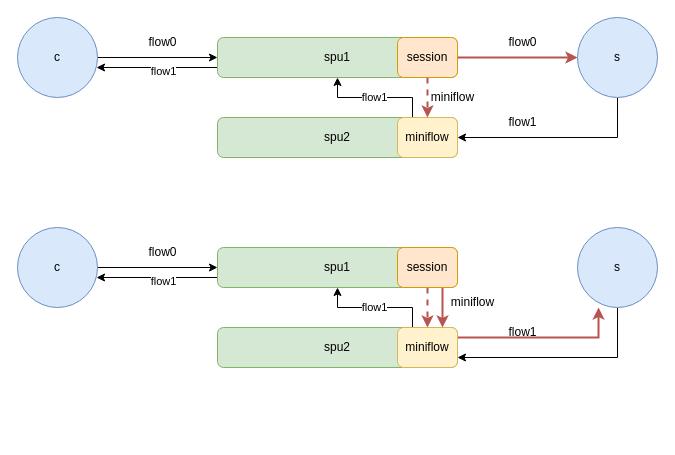
lwchao/drawPNG keeps this draw.io diagram as page "miniflow" (4 of 5) of 机框分布式报文调度.drawio. Above is the earlier version. Source tidied: cells renumbered, new cells numbered last; positions are measured from the earlier drawing's top-left corner, leaving out a move shared by most shapes. Both pictures are drawn from the tidied source at 100%, with x=0, y=0 at pixel (17, 17).
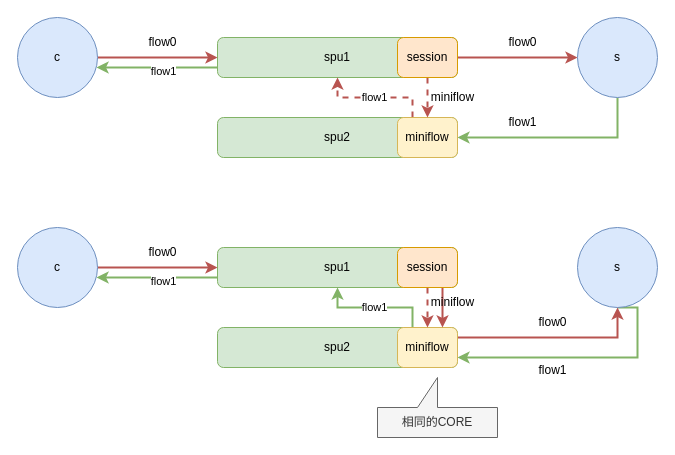
Above is the later version.

Commit message:
更新机框分布式报文调度.drawio

The change refers to these unchanged cells:
```xml
<mxCell id="5" value="spu1" style="rounded=1;whiteSpace=wrap;html=1;fillColor=#d5e8d4;strokeColor=#82b366;" parent="1" vertex="1">
  <mxGeometry x="200" y="20" width="240" height="40" as="geometry" />
</mxCell>
<mxCell id="7" value="c" style="ellipse;whiteSpace=wrap;html=1;fillColor=#dae8fc;strokeColor=#6c8ebf;" parent="1" vertex="1">
  <mxGeometry width="80" height="80" as="geometry" />
</mxCell>
<mxCell id="9" value="s" style="ellipse;whiteSpace=wrap;html=1;fillColor=#dae8fc;strokeColor=#6c8ebf;" parent="1" vertex="1">
  <mxGeometry x="560" width="80" height="80" as="geometry" />
</mxCell>
<mxCell id="11" value="miniflow" style="rounded=1;whiteSpace=wrap;html=1;fillColor=#fff2cc;strokeColor=#d6b656;" parent="1" vertex="1">
  <mxGeometry x="380" y="100" width="60" height="40" as="geometry" />
</mxCell>
<mxCell id="22" value="spu1" style="rounded=1;whiteSpace=wrap;html=1;fillColor=#d5e8d4;strokeColor=#82b366;" parent="1" vertex="1">
  <mxGeometry x="200" y="230" width="240" height="40" as="geometry" />
</mxCell>
<mxCell id="24" value="c" style="ellipse;whiteSpace=wrap;html=1;fillColor=#dae8fc;strokeColor=#6c8ebf;" parent="1" vertex="1">
  <mxGeometry y="210" width="80" height="80" as="geometry" />
</mxCell>
<mxCell id="26" value="s" style="ellipse;whiteSpace=wrap;html=1;fillColor=#dae8fc;strokeColor=#6c8ebf;" parent="1" vertex="1">
  <mxGeometry x="560" y="210" width="80" height="80" as="geometry" />
</mxCell>
<mxCell id="29" value="miniflow" style="rounded=1;whiteSpace=wrap;html=1;fillColor=#fff2cc;strokeColor=#d6b656;" parent="1" vertex="1">
  <mxGeometry x="380" y="310" width="60" height="40" as="geometry" />
</mxCell>
```

What changed in the source:
```diff
@@
-    <mxCell id="3" style="edgeStyle=orthogonalEdgeStyle;rounded=0;jettySize=auto;html=1;exitX=0;exitY=0.75;exitDx=0;exitDy=0;entryX=0.988;entryY=0.625;entryDx=0;entryDy=0;entryPerimeter=0;" parent="1" edge="1" source="5" target="7">
+    <mxCell id="3" style="edgeStyle=orthogonalEdgeStyle;rounded=0;jettySize=auto;html=1;exitX=0;exitY=0.75;exitDx=0;exitDy=0;entryX=0.988;entryY=0.625;entryDx=0;entryDy=0;entryPerimeter=0;fillColor=#d5e8d4;strokeColor=#82b366;strokeWidth=2;" parent="1" edge="1" source="5" target="7">
       <mxGeometry relative="1" as="geometry" />
     </mxCell>
@@
-    <mxCell id="6" style="edgeStyle=orthogonalEdgeStyle;rounded=0;jettySize=auto;html=1;exitX=1;exitY=0.5;exitDx=0;exitDy=0;entryX=0;entryY=0.5;entryDx=0;entryDy=0;" parent="1" edge="1" source="7" target="5">
+    <mxCell id="6" style="edgeStyle=orthogonalEdgeStyle;rounded=0;jettySize=auto;html=1;exitX=1;exitY=0.5;exitDx=0;exitDy=0;entryX=0;entryY=0.5;entryDx=0;entryDy=0;fillColor=#f8cecc;strokeColor=#b85450;strokeWidth=2;" parent="1" edge="1" source="7" target="5">
       <mxGeometry relative="1" as="geometry" />
     </mxCell>
@@
-    <mxCell id="8" style="edgeStyle=orthogonalEdgeStyle;rounded=0;jettySize=auto;html=1;exitX=0.5;exitY=1;exitDx=0;exitDy=0;entryX=1;entryY=0.5;entryDx=0;entryDy=0;" parent="1" edge="1" source="9" target="11">
+    <mxCell id="8" style="edgeStyle=orthogonalEdgeStyle;rounded=0;jettySize=auto;html=1;exitX=0.5;exitY=1;exitDx=0;exitDy=0;entryX=1;entryY=0.5;entryDx=0;entryDy=0;fillColor=#d5e8d4;strokeColor=#82b366;strokeWidth=2;" parent="1" edge="1" source="9" target="11">
       <mxGeometry relative="1" as="geometry" />
     </mxCell>
@@
-    <mxCell id="10" value="flow1" style="edgeStyle=orthogonalEdgeStyle;rounded=0;jettySize=auto;html=1;exitX=0.25;exitY=0;exitDx=0;exitDy=0;entryX=0.5;entryY=1;entryDx=0;entryDy=0;" parent="1" edge="1" source="11" target="5">
+    <mxCell id="10" value="flow1" style="edgeStyle=orthogonalEdgeStyle;rounded=0;jettySize=auto;html=1;exitX=0.25;exitY=0;exitDx=0;exitDy=0;entryX=0.5;entryY=1;entryDx=0;entryDy=0;fillColor=#f8cecc;strokeColor=#b85450;strokeWidth=2;dashed=1;" parent="1" edge="1" source="11" target="5">
       <mxGeometry relative="1" as="geometry" />
     </mxCell>
@@
-    <mxCell id="20" style="edgeStyle=orthogonalEdgeStyle;rounded=0;jettySize=auto;html=1;exitX=0;exitY=0.75;exitDx=0;exitDy=0;entryX=0.988;entryY=0.625;entryDx=0;entryDy=0;entryPerimeter=0;" parent="1" edge="1" source="22" target="24">
+    <mxCell id="20" style="edgeStyle=orthogonalEdgeStyle;rounded=0;jettySize=auto;html=1;exitX=0;exitY=0.75;exitDx=0;exitDy=0;entryX=0.988;entryY=0.625;entryDx=0;entryDy=0;entryPerimeter=0;fillColor=#d5e8d4;strokeColor=#82b366;strokeWidth=2;" parent="1" edge="1" source="22" target="24">
       <mxGeometry relative="1" as="geometry" />
     </mxCell>
@@
-    <mxCell id="23" style="edgeStyle=orthogonalEdgeStyle;rounded=0;jettySize=auto;html=1;exitX=1;exitY=0.5;exitDx=0;exitDy=0;entryX=0;entryY=0.5;entryDx=0;entryDy=0;" parent="1" edge="1" source="24" target="22">
+    <mxCell id="23" style="edgeStyle=orthogonalEdgeStyle;rounded=0;jettySize=auto;html=1;exitX=1;exitY=0.5;exitDx=0;exitDy=0;entryX=0;entryY=0.5;entryDx=0;entryDy=0;fillColor=#f8cecc;strokeColor=#b85450;strokeWidth=2;" parent="1" edge="1" source="24" target="22">
       <mxGeometry relative="1" as="geometry" />
     </mxCell>
@@
-    <mxCell id="25" style="edgeStyle=orthogonalEdgeStyle;rounded=0;jettySize=auto;html=1;exitX=0.5;exitY=1;exitDx=0;exitDy=0;entryX=1;entryY=0.75;entryDx=0;entryDy=0;" parent="1" edge="1" source="26" target="29">
+    <mxCell id="25" style="edgeStyle=orthogonalEdgeStyle;rounded=0;jettySize=auto;html=1;exitX=0.5;exitY=1;exitDx=0;exitDy=0;entryX=1;entryY=0.75;entryDx=0;entryDy=0;fillColor=#d5e8d4;strokeColor=#82b366;strokeWidth=2;" parent="1" edge="1" source="26" target="29">
       <mxGeometry relative="1" as="geometry">
         <Array as="points">
-          <mxPoint x="600" y="340" />
+          <mxPoint x="620" y="290" />
+          <mxPoint x="620" y="340" />
         </Array>
       </mxGeometry>
     </mxCell>
@@
-    <mxCell id="27" value="flow1" style="edgeStyle=orthogonalEdgeStyle;rounded=0;jettySize=auto;html=1;exitX=0.25;exitY=0;exitDx=0;exitDy=0;entryX=0.5;entryY=1;entryDx=0;entryDy=0;" parent="1" edge="1" source="29" target="22">
+    <mxCell id="27" value="flow1" style="edgeStyle=orthogonalEdgeStyle;rounded=0;jettySize=auto;html=1;exitX=0.25;exitY=0;exitDx=0;exitDy=0;entryX=0.5;entryY=1;entryDx=0;entryDy=0;fillColor=#d5e8d4;strokeColor=#82b366;strokeWidth=2;" parent="1" edge="1" source="29" target="22">
       <mxGeometry relative="1" as="geometry" />
     </mxCell>
-    <mxCell id="28" style="edgeStyle=orthogonalEdgeStyle;rounded=0;jettySize=auto;html=1;exitX=1;exitY=0.25;exitDx=0;exitDy=0;entryX=0.263;entryY=1;entryDx=0;entryDy=0;entryPerimeter=0;fillColor=#f8cecc;strokeColor=#b85450;strokeWidth=2;" parent="1" edge="1" source="29" target="26">
-      <mxGeometry relative="1" as="geometry" />
+    <mxCell id="28" style="edgeStyle=orthogonalEdgeStyle;rounded=0;jettySize=auto;html=1;exitX=1;exitY=0.25;exitDx=0;exitDy=0;fillColor=#f8cecc;strokeColor=#b85450;strokeWidth=2;" parent="1" edge="1" source="29">
+      <mxGeometry relative="1" as="geometry">
+        <mxPoint x="600" y="290" as="targetPoint" />
+        <Array as="points">
+          <mxPoint x="600" y="320" />
+          <mxPoint x="600" y="290" />
+        </Array>
+      </mxGeometry>
     </mxCell>
@@
-    <mxCell id="34" value="flow1" style="text;html=1;align=center;verticalAlign=middle;strokeColor=none;fillColor=none;" parent="1" vertex="1">
-      <mxGeometry x="480" y="300" width="50" height="30" as="geometry" />
+    <mxCell id="34" value="flow0" style="text;html=1;align=center;verticalAlign=middle;strokeColor=none;fillColor=none;" parent="1" vertex="1">
+      <mxGeometry x="510" y="290" width="50" height="30" as="geometry" />
     </mxCell>
     <mxCell id="35" value="miniflow" style="text;html=1;align=center;verticalAlign=middle;strokeColor=none;fillColor=none;" parent="1" vertex="1">
-      <mxGeometry x="420" y="270" width="70" height="30" as="geometry" />
+      <mxGeometry x="400" y="270" width="70" height="30" as="geometry" />
     </mxCell>
+    <mxCell id="36" value="相同的CORE" style="shape=callout;whiteSpace=wrap;html=1;perimeter=calloutPerimeter;direction=west;fillColor=#f5f5f5;fontColor=#333333;strokeColor=#666666;" parent="1" vertex="1">
+      <mxGeometry x="360" y="360" width="120" height="60" as="geometry" />
+    </mxCell>
+    <mxCell id="37" value="flow1" style="text;html=1;align=center;verticalAlign=middle;strokeColor=none;fillColor=none;" parent="1" vertex="1">
+      <mxGeometry x="510" y="338" width="50" height="30" as="geometry" />
+    </mxCell>
```
